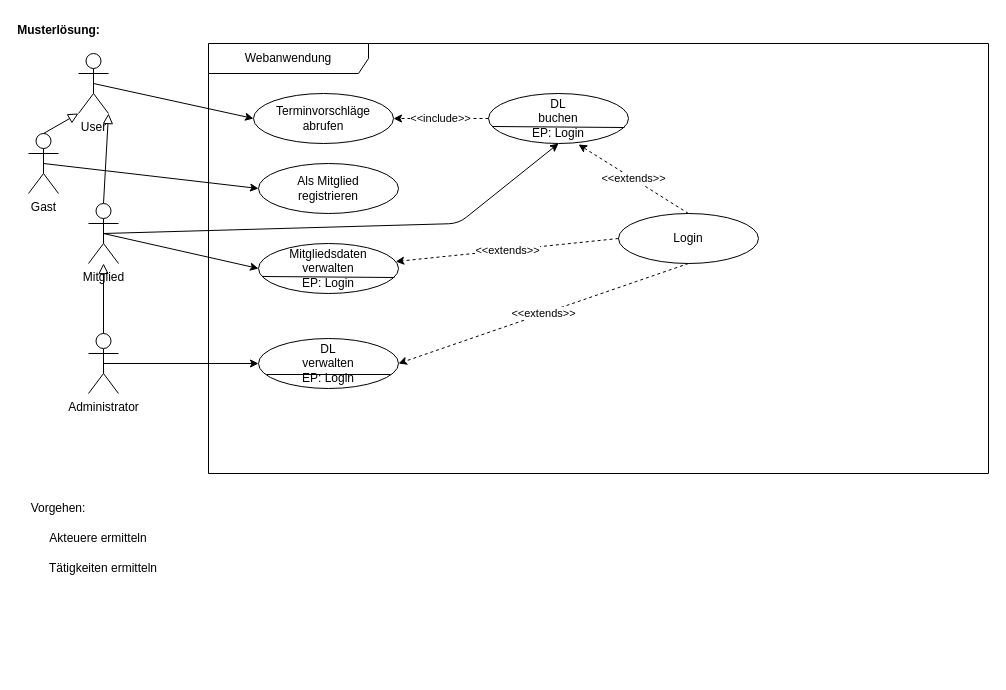
Before: bartholot/UML/UseCaseDiagram/A01/A01.drawio in cjanta/ap2, a draw.io diagram. Source tidied: cells renumbered, new cells numbered last; positions are measured from the earlier drawing's top-left corner, leaving out a move shared by most shapes. Both pictures are drawn from the tidied source at 100%, with x=0, y=0 at pixel (18, 17).
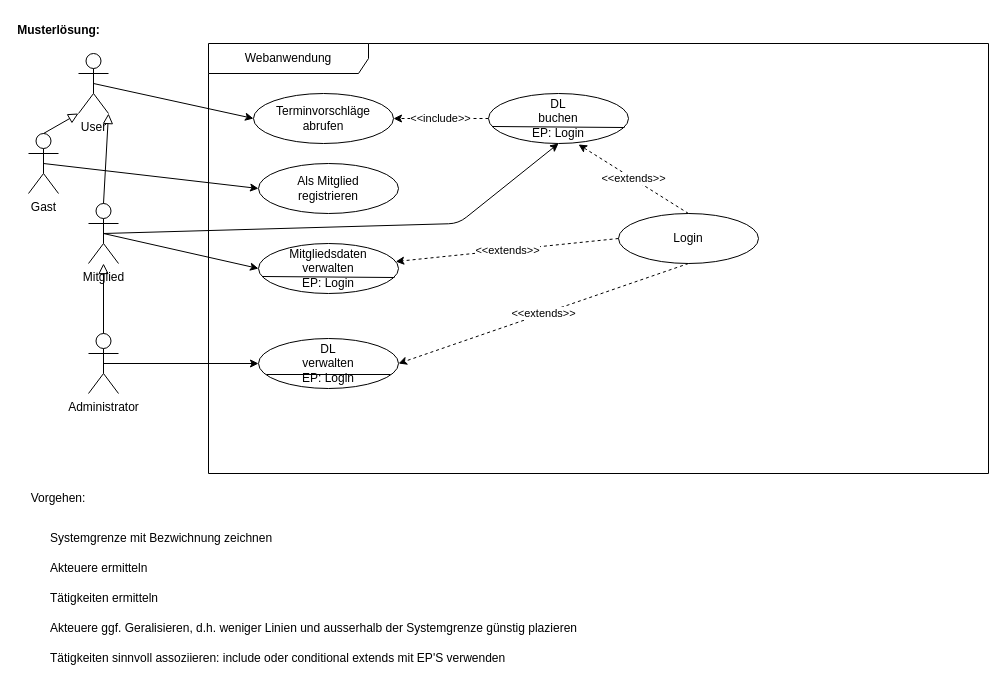
Above is the later version.

The edit, as a diff of the source:
```diff
@@
     <mxCell id="32" value="Vorgehen:" style="text;html=1;align=center;verticalAlign=middle;whiteSpace=wrap;rounded=0;" parent="1" vertex="1">
-      <mxGeometry x="10" y="476" width="60" height="30" as="geometry" />
+      <mxGeometry x="10" y="466" width="60" height="30" as="geometry" />
     </mxCell>
-    <mxCell id="33" value="Akteuere ermitteln" style="text;html=1;align=center;verticalAlign=middle;whiteSpace=wrap;rounded=0;" parent="1" vertex="1">
-      <mxGeometry x="10" y="506" width="140" height="30" as="geometry" />
+    <mxCell id="33" value="Akteuere ermitteln" style="text;html=1;align=left;verticalAlign=middle;whiteSpace=wrap;rounded=0;" parent="1" vertex="1">
+      <mxGeometry x="30" y="536" width="140" height="30" as="geometry" />
     </mxCell>
-    <mxCell id="34" value="Tätigkeiten ermitteln" style="text;html=1;align=center;verticalAlign=middle;whiteSpace=wrap;rounded=0;" parent="1" vertex="1">
-      <mxGeometry x="15" y="536" width="140" height="30" as="geometry" />
+    <mxCell id="34" value="Tätigkeiten ermitteln" style="text;html=1;align=left;verticalAlign=middle;whiteSpace=wrap;rounded=0;" parent="1" vertex="1">
+      <mxGeometry x="30" y="566" width="140" height="30" as="geometry" />
     </mxCell>
+    <mxCell id="35" value="Akteuere ggf. Geralisieren, d.h. weniger Linien und ausserhalb der Systemgrenze günstig plazieren" style="text;html=1;align=left;verticalAlign=middle;whiteSpace=wrap;rounded=0;" parent="1" vertex="1">
+      <mxGeometry x="30" y="596" width="550" height="30" as="geometry" />
+    </mxCell>
+    <mxCell id="36" value="Tätigkeiten sinnvoll assoziieren: include oder conditional extends mit EP'S verwenden" style="text;html=1;align=left;verticalAlign=middle;whiteSpace=wrap;rounded=0;" parent="1" vertex="1">
+      <mxGeometry x="30" y="626" width="480" height="30" as="geometry" />
+    </mxCell>
+    <mxCell id="37" value="Systemgrenze mit Bezwichnung zeichnen" style="text;html=1;align=left;verticalAlign=middle;whiteSpace=wrap;rounded=0;" parent="1" vertex="1">
+      <mxGeometry x="30" y="506" width="260" height="30" as="geometry" />
+    </mxCell>
```
